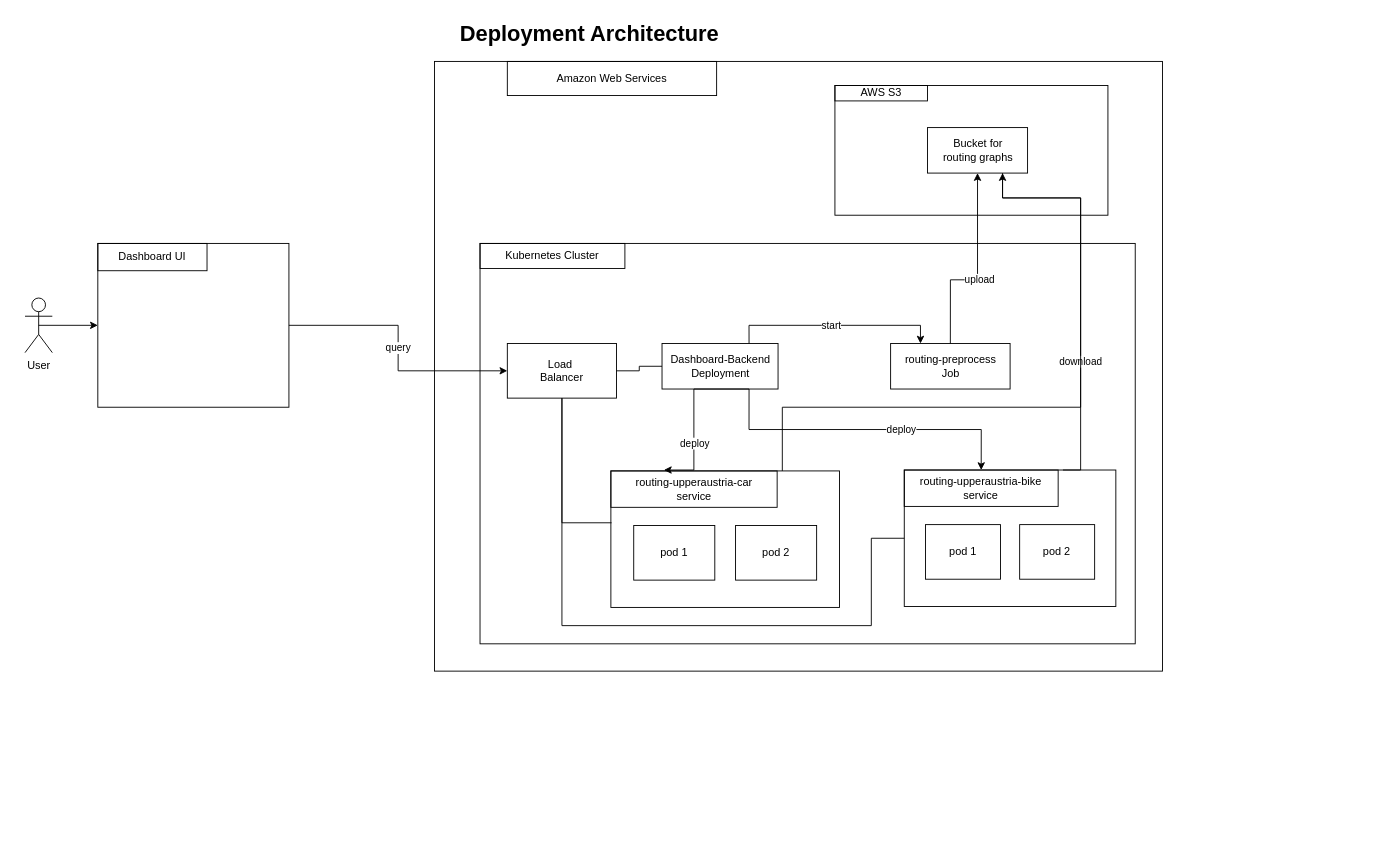
tuesd4y/cloud-computing-project keeps this draw.io diagram as img/architecture.drawio. Above is the earlier version. Source tidied: cells renumbered, new cells numbered last; positions are measured from the earlier drawing's top-left corner, leaving out a move shared by most shapes. Both pictures are drawn from the tidied source at 91%, with x=0, y=0 at pixel (15, 15).
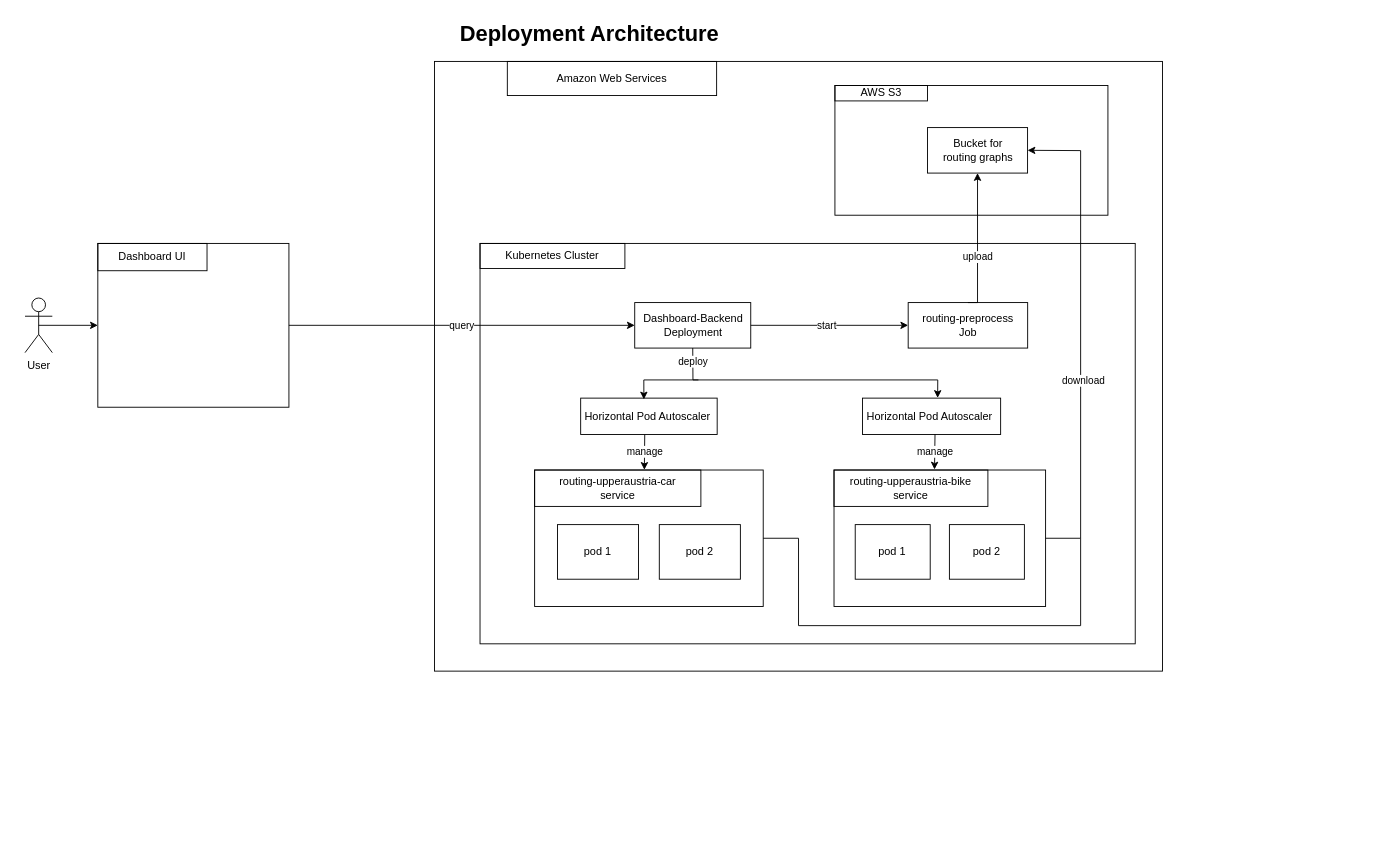
After the change.

Commit message (it also covers changes not shown here):
diagrams architecture and procedure updated

The change refers to these unchanged cells:
```xml
<mxCell id="3" style="group;" parent="1" vertex="1">
  <mxGeometry x="260" y="230" width="1230" height="670" as="geometry" />
</mxCell>
<mxCell id="6" style="group;" parent="3" vertex="1">
  <mxGeometry x="250" y="20" width="720" height="440" as="geometry" />
</mxCell>
<mxCell id="16" style="rounded=0;whiteSpace=wrap;html=1;fillColor=none;" parent="15" vertex="1">
  <mxGeometry width="251.2" height="150" as="geometry" />
</mxCell>
<mxCell id="17" value="routing-upperaustria-car&lt;br&gt;service" style="rounded=0;whiteSpace=wrap;html=1;fillColor=none;" parent="15" vertex="1">
  <mxGeometry width="182.7" height="40" as="geometry" />
</mxCell>
<mxCell id="21" style="rounded=0;whiteSpace=wrap;html=1;fillColor=none;" parent="20" vertex="1">
  <mxGeometry width="232.5" height="150" as="geometry" />
</mxCell>
<mxCell id="22" value="routing-upperaustria-bike&lt;br&gt;service" style="rounded=0;whiteSpace=wrap;html=1;fillColor=none;" parent="20" vertex="1">
  <mxGeometry width="169.1" height="40" as="geometry" />
</mxCell>
<mxCell id="35" value="Bucket for &lt;br&gt;routing graphs" style="html=1;fillColor=none;" parent="32" vertex="1">
  <mxGeometry x="101.7" y="46.2" width="110" height="50" as="geometry" />
</mxCell>
<mxCell id="38" style="rounded=0;whiteSpace=wrap;html=1;fillColor=none;" parent="37" vertex="1">
  <mxGeometry width="210" height="180" as="geometry" />
</mxCell>
```

The edit, as a diff of the source:
```diff
@@
-    <mxCell id="9" style="edgeStyle=orthogonalEdgeStyle;rounded=0;jettySize=auto;html=1;exitX=0.75;exitY=0;exitDx=0;exitDy=0;entryX=0.25;entryY=0;entryDx=0;entryDy=0;strokeColor=default;" parent="6" edge="1" source="13" target="14">
+    <mxCell id="9" style="edgeStyle=orthogonalEdgeStyle;rounded=0;jettySize=auto;html=1;exitX=1;exitY=0.5;exitDx=0;exitDy=0;strokeColor=default;" parent="6" edge="1" source="13" target="14">
       <mxGeometry relative="1" as="geometry" />
     </mxCell>
@@
-    <mxCell id="11" value="deploy" style="edgeStyle=orthogonalEdgeStyle;rounded=0;jettySize=auto;html=1;exitX=0.75;exitY=1;exitDx=0;exitDy=0;entryX=0.319;entryY=-0.025;entryDx=0;entryDy=0;entryPerimeter=0;strokeColor=default;" parent="6" edge="1" source="13" target="17">
-      <mxGeometry x="0.33" y="1" relative="1" as="geometry">
-        <Array as="points">
-          <mxPoint x="235" y="160" />
-        </Array>
-      </mxGeometry>
-    </mxCell>
-    <mxCell id="12" value="deploy" style="edgeStyle=orthogonalEdgeStyle;rounded=0;jettySize=auto;html=1;exitX=0.75;exitY=1;exitDx=0;exitDy=0;entryX=0.5;entryY=0;entryDx=0;entryDy=0;strokeColor=default;" parent="6" edge="1" source="13" target="22">
-      <mxGeometry x="0.23" relative="1" as="geometry" />
-    </mxCell>
     <mxCell id="13" value="Dashboard-Backend &lt;br&gt;Deployment" style="html=1;fillColor=none;" parent="6" vertex="1">
-      <mxGeometry x="200" y="110" width="127.5" height="50" as="geometry" />
+      <mxGeometry x="170" y="65" width="127.5" height="50" as="geometry" />
     </mxCell>
     <mxCell id="14" value="routing-preprocess&lt;br&gt;Job" style="html=1;fillColor=none;" parent="6" vertex="1">
-      <mxGeometry x="451.2" y="110" width="131.3" height="50" as="geometry" />
+      <mxGeometry x="470.5" y="65" width="131.3" height="50" as="geometry" />
     </mxCell>
+    <mxCell id="28" value="Horizontal Pod Autoscaler&amp;nbsp;" style="rounded=0;whiteSpace=wrap;html=1;fillColor=none;" parent="6" vertex="1">
+      <mxGeometry x="110.6" y="170" width="150" height="40" as="geometry" />
+    </mxCell>
+    <mxCell id="43" value="deploy" style="endArrow=classic;html=1;rounded=0;exitX=0.5;exitY=1;exitDx=0;exitDy=0;entryX=0.544;entryY=-0.006;entryDx=0;entryDy=0;entryPerimeter=0;" parent="6" edge="1" source="13" target="44">
+      <mxGeometry x="-0.91" relative="1" as="geometry">
+        <Array as="points">
+          <mxPoint x="234" y="150" />
+          <mxPoint x="503" y="150" />
+        </Array>
+      </mxGeometry>
+    </mxCell>
     <mxCell id="15" style="group;" parent="6" vertex="1">
-      <mxGeometry x="143.8" y="250" width="251.2" height="150" as="geometry" />
+      <mxGeometry x="60" y="249" width="251.2" height="150" as="geometry" />
     </mxCell>
@@
+    <mxCell id="44" value="Horizontal Pod Autoscaler&amp;nbsp;" style="rounded=0;whiteSpace=wrap;html=1;fillColor=none;" parent="6" vertex="1">
+      <mxGeometry x="420.3" y="170" width="151.8" height="40" as="geometry" />
+    </mxCell>
     <mxCell id="20" style="group;" parent="6" vertex="1">
-      <mxGeometry x="466.2" y="249" width="232.5" height="150" as="geometry" />
+      <mxGeometry x="389" y="249" width="232.5" height="150" as="geometry" />
     </mxCell>
@@
-    <mxCell id="25" style="edgeStyle=orthogonalEdgeStyle;rounded=0;jettySize=auto;html=1;exitX=1;exitY=0.5;exitDx=0;exitDy=0;entryX=0;entryY=0.5;entryDx=0;entryDy=0;endArrow=none;endFill=0;strokeColor=default;" parent="6" edge="1" source="28" target="13">
-      <mxGeometry relative="1" as="geometry" />
-    </mxCell>
-    <mxCell id="26" style="edgeStyle=orthogonalEdgeStyle;rounded=0;jettySize=auto;html=1;exitX=0.5;exitY=1;exitDx=0;exitDy=0;entryX=0.003;entryY=0.38;entryDx=0;entryDy=0;entryPerimeter=0;endArrow=none;endFill=0;strokeColor=default;" parent="6" edge="1" source="28" target="16">
-      <mxGeometry relative="1" as="geometry" />
-    </mxCell>
-    <mxCell id="27" style="edgeStyle=orthogonalEdgeStyle;rounded=0;jettySize=auto;html=1;exitX=0.5;exitY=1;exitDx=0;exitDy=0;entryX=0;entryY=0.5;entryDx=0;entryDy=0;endArrow=none;endFill=0;strokeColor=default;" parent="6" edge="1" source="28" target="21">
-      <mxGeometry relative="1" as="geometry">
-        <Array as="points">
-          <mxPoint x="90" y="420" />
-          <mxPoint x="430" y="420" />
-          <mxPoint x="430" y="324" />
-        </Array>
-      </mxGeometry>
-    </mxCell>
-    <mxCell id="28" value="Load&amp;nbsp;&lt;br&gt;Balancer" style="rounded=0;whiteSpace=wrap;html=1;fillColor=none;" parent="6" vertex="1">
-      <mxGeometry x="30" y="110" width="120" height="60" as="geometry" />
-    </mxCell>
+    <mxCell id="45" value="manage" style="endArrow=classic;html=1;rounded=0;entryX=0.66;entryY=-0.005;entryDx=0;entryDy=0;entryPerimeter=0;" parent="6" edge="1" target="17">
+      <mxGeometry relative="1" as="geometry">
+        <mxPoint x="181" y="210" as="sourcePoint" />
+      </mxGeometry>
+    </mxCell>
+    <mxCell id="46" value="manage" style="endArrow=classic;html=1;rounded=0;exitX=0.525;exitY=0.988;exitDx=0;exitDy=0;exitPerimeter=0;entryX=0.653;entryY=-0.015;entryDx=0;entryDy=0;entryPerimeter=0;" parent="6" edge="1" source="44" target="22">
+      <mxGeometry relative="1" as="geometry" />
+    </mxCell>
     <mxCell id="29" style="edgeStyle=orthogonalEdgeStyle;rounded=0;jettySize=auto;html=1;exitX=0.5;exitY=0;exitDx=0;exitDy=0;entryX=0.5;entryY=1;entryDx=0;entryDy=0;" parent="3" edge="1" source="14" target="35">
       <mxGeometry relative="1" as="geometry">
         <Array as="points">
-          <mxPoint x="767" y="60" />
-          <mxPoint x="797" y="60" />
+          <mxPoint x="797" y="85" />
         </Array>
       </mxGeometry>
     </mxCell>
     <mxCell id="30" value="upload" style="edgeLabel;html=1;align=center;verticalAlign=middle;" parent="29" vertex="1">
-      <mxGeometry x="-0.08" y="-2" relative="1" as="geometry" />
+      <mxGeometry x="-0.08" y="-2" relative="1" as="geometry">
+        <mxPoint x="-2" y="9" as="offset" />
+      </mxGeometry>
     </mxCell>
-    <mxCell id="31" value="download" style="edgeStyle=orthogonalEdgeStyle;rounded=0;jettySize=auto;html=1;exitX=0.75;exitY=0;exitDx=0;exitDy=0;strokeColor=default;entryX=0.75;entryY=1;entryDx=0;entryDy=0;" parent="3" edge="1" source="16" target="35">
-      <mxGeometry x="0.21" relative="1" as="geometry">
-        <Array as="points">
-          <mxPoint x="582" y="200" />
-          <mxPoint x="910" y="200" />
-          <mxPoint x="910" y="-30" />
-          <mxPoint x="824" y="-30" />
-        </Array>
-      </mxGeometry>
-    </mxCell>
@@
-    <mxCell id="36" style="edgeStyle=orthogonalEdgeStyle;rounded=0;jettySize=auto;html=1;exitX=0.75;exitY=0;exitDx=0;exitDy=0;strokeColor=default;endArrow=none;endFill=0;entryX=0.75;entryY=1;entryDx=0;entryDy=0;" parent="3" edge="1" source="21" target="35">
-      <mxGeometry relative="1" as="geometry">
-        <Array as="points">
-          <mxPoint x="910" y="269" />
-          <mxPoint x="910" y="-30" />
-          <mxPoint x="824" y="-30" />
-        </Array>
-      </mxGeometry>
-    </mxCell>
@@
-    <mxCell id="40" value="query" style="edgeStyle=orthogonalEdgeStyle;rounded=0;jettySize=auto;html=1;exitX=1;exitY=0.5;exitDx=0;exitDy=0;entryX=0;entryY=0.5;entryDx=0;entryDy=0;endArrow=classic;endFill=1;strokeColor=default;" parent="3" edge="1" source="38" target="28">
+    <mxCell id="40" value="query" style="edgeStyle=orthogonalEdgeStyle;rounded=0;jettySize=auto;html=1;exitX=1;exitY=0.5;exitDx=0;exitDy=0;entryX=0;entryY=0.5;entryDx=0;entryDy=0;endArrow=classic;endFill=1;strokeColor=default;" parent="3" edge="1" source="38" target="13">
       <mxGeometry relative="1" as="geometry" />
     </mxCell>
+    <mxCell id="36" style="endArrow=classic;html=1;rounded=0;exitX=1;exitY=0.5;exitDx=0;exitDy=0;entryX=1;entryY=0.5;entryDx=0;entryDy=0;" parent="3" edge="1" source="21" target="35">
+      <mxGeometry relative="1" as="geometry">
+        <Array as="points">
+          <mxPoint x="910" y="344" />
+          <mxPoint x="910" y="-82" />
+        </Array>
+      </mxGeometry>
+    </mxCell>
+    <mxCell id="31" value="download" style="edgeLabel;html=1;align=center;verticalAlign=middle;" parent="36" vertex="1">
+      <mxGeometry x="-0.19" y="-2" relative="1" as="geometry" />
+    </mxCell>
@@
+    <mxCell id="47" style="endArrow=none;html=1;rounded=0;exitX=1;exitY=0.5;exitDx=0;exitDy=0;" parent="1" edge="1" source="16">
+      <mxGeometry relative="1" as="geometry">
+        <mxPoint x="1170" y="574" as="targetPoint" />
+        <Array as="points">
+          <mxPoint x="860" y="574" />
+          <mxPoint x="860" y="670" />
+          <mxPoint x="1170" y="670" />
+        </Array>
+      </mxGeometry>
+    </mxCell>
+    <mxCell id="48" style="endArrow=classic;html=1;rounded=0;entryX=0.463;entryY=0.035;entryDx=0;entryDy=0;entryPerimeter=0;" parent="1" edge="1" target="28">
+      <mxGeometry relative="1" as="geometry">
+        <mxPoint x="750" y="400" as="sourcePoint" />
+        <Array as="points">
+          <mxPoint x="690" y="400" />
+        </Array>
+      </mxGeometry>
+    </mxCell>
```
